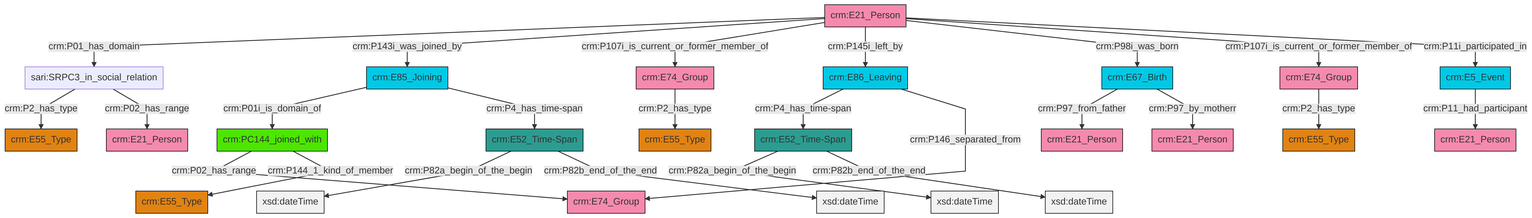
swiss-art-research-net/reference-data-models keeps this Mermaid diagram as et/personCSV/ttl/mmd/png/Person_Actor_Relations.png. Above is the earlier version. Its source is kept beside it as et/personCSV/ttl/mmd/Person_Actor_Relations.ttl.mmd.
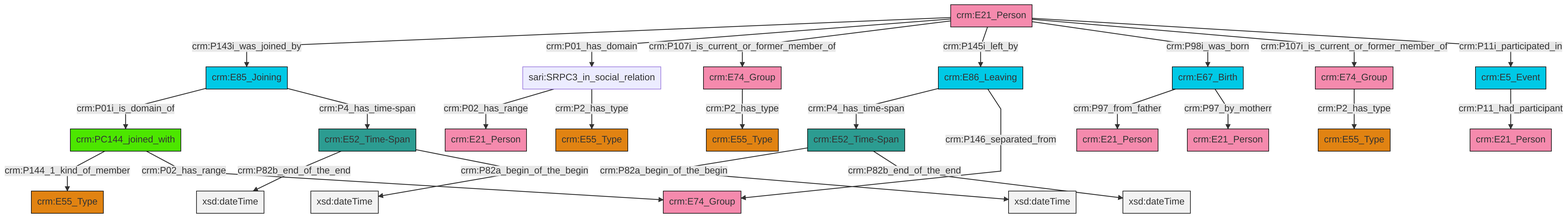
Above is the later version.

What changed in the source:
```diff
@@ -13,27 +13,27 @@
 classDef PC_Classes fill:#4ce600, stroke:#000000;
 classDef Multi fill:#cccccc,stroke:#000000;
 
-0["crm:E86_Leaving"]:::Temporal_Entity -->|crm:P4_has_time-span| 1["crm:E52_Time-Span"]:::Time-Span
-4["sari:SRPC3_in_social_relation"]:::Default -->|crm:P2_has_type| 5["crm:E55_Type"]:::Type
-6["crm:PC144_joined_with"]:::PC_Classes -->|crm:P02_has_range| 7["crm:E74_Group"]:::Actor
-12["crm:E85_Joining"]:::Temporal_Entity -->|crm:P01i_is_domain_of| 6["crm:PC144_joined_with"]:::PC_Classes
-13["crm:E21_Person"]:::Actor -->|crm:P01_has_domain| 4["sari:SRPC3_in_social_relation"]:::Default
-17["crm:E5_Event"]:::Temporal_Entity -->|crm:P11_had_participant| 18["crm:E21_Person"]:::Actor
-6["crm:PC144_joined_with"]:::PC_Classes -->|crm:P144_1_kind_of_member| 19["crm:E55_Type"]:::Type
-13["crm:E21_Person"]:::Actor -->|crm:P143i_was_joined_by| 12["crm:E85_Joining"]:::Temporal_Entity
-1["crm:E52_Time-Span"]:::Time-Span -->|crm:P82a_begin_of_the_begin| 22[xsd:dateTime]:::Literal
-13["crm:E21_Person"]:::Actor -->|crm:P107i_is_current_or_former_member_of| 23["crm:E74_Group"]:::Actor
-1["crm:E52_Time-Span"]:::Time-Span -->|crm:P82b_end_of_the_end| 24[xsd:dateTime]:::Literal
-26["crm:E67_Birth"]:::Temporal_Entity -->|crm:P97_from_father| 10["crm:E21_Person"]:::Actor
-26["crm:E67_Birth"]:::Temporal_Entity -->|crm:P97_by_motherr| 29["crm:E21_Person"]:::Actor
-13["crm:E21_Person"]:::Actor -->|crm:P145i_left_by| 0["crm:E86_Leaving"]:::Temporal_Entity
-12["crm:E85_Joining"]:::Temporal_Entity -->|crm:P4_has_time-span| 2["crm:E52_Time-Span"]:::Time-Span
-13["crm:E21_Person"]:::Actor -->|crm:P98i_was_born| 26["crm:E67_Birth"]:::Temporal_Entity
-2["crm:E52_Time-Span"]:::Time-Span -->|crm:P82a_begin_of_the_begin| 38[xsd:dateTime]:::Literal
-36["crm:E74_Group"]:::Actor -->|crm:P2_has_type| 14["crm:E55_Type"]:::Type
-0["crm:E86_Leaving"]:::Temporal_Entity -->|crm:P146_separated_from| 7["crm:E74_Group"]:::Actor
-4["sari:SRPC3_in_social_relation"]:::Default -->|crm:P02_has_range| 40["crm:E21_Person"]:::Actor
-2["crm:E52_Time-Span"]:::Time-Span -->|crm:P82b_end_of_the_end| 42[xsd:dateTime]:::Literal
-13["crm:E21_Person"]:::Actor -->|crm:P107i_is_current_or_former_member_of| 36["crm:E74_Group"]:::Actor
-13["crm:E21_Person"]:::Actor -->|crm:P11i_participated_in| 17["crm:E5_Event"]:::Temporal_Entity
-23["crm:E74_Group"]:::Actor -->|crm:P2_has_type| 20["crm:E55_Type"]:::Type
+8["crm:E21_Person"]:::Actor -->|crm:P143i_was_joined_by| 6["crm:E85_Joining"]:::Temporal_Entity
+9["sari:SRPC3_in_social_relation"]:::Default -->|crm:P02_has_range| 10["crm:E21_Person"]:::Actor
+8["crm:E21_Person"]:::Actor -->|crm:P01_has_domain| 9["sari:SRPC3_in_social_relation"]:::Default
+16["crm:E67_Birth"]:::Temporal_Entity -->|crm:P97_from_father| 21["crm:E21_Person"]:::Actor
+2["crm:PC144_joined_with"]:::PC_Classes -->|crm:P144_1_kind_of_member| 22["crm:E55_Type"]:::Type
+11["crm:E86_Leaving"]:::Temporal_Entity -->|crm:P4_has_time-span| 26["crm:E52_Time-Span"]:::Time-Span
+6["crm:E85_Joining"]:::Temporal_Entity -->|crm:P01i_is_domain_of| 2["crm:PC144_joined_with"]:::PC_Classes
+26["crm:E52_Time-Span"]:::Time-Span -->|crm:P82a_begin_of_the_begin| 29[xsd:dateTime]:::Literal
+32["crm:E74_Group"]:::Actor -->|crm:P2_has_type| 13["crm:E55_Type"]:::Type
+33["crm:E52_Time-Span"]:::Time-Span -->|crm:P82b_end_of_the_end| 34[xsd:dateTime]:::Literal
+26["crm:E52_Time-Span"]:::Time-Span -->|crm:P82b_end_of_the_end| 35[xsd:dateTime]:::Literal
+16["crm:E67_Birth"]:::Temporal_Entity -->|crm:P97_by_motherr| 23["crm:E21_Person"]:::Actor
+8["crm:E21_Person"]:::Actor -->|crm:P107i_is_current_or_former_member_of| 0["crm:E74_Group"]:::Actor
+8["crm:E21_Person"]:::Actor -->|crm:P145i_left_by| 11["crm:E86_Leaving"]:::Temporal_Entity
+8["crm:E21_Person"]:::Actor -->|crm:P98i_was_born| 16["crm:E67_Birth"]:::Temporal_Entity
+11["crm:E86_Leaving"]:::Temporal_Entity -->|crm:P146_separated_from| 27["crm:E74_Group"]:::Actor
+33["crm:E52_Time-Span"]:::Time-Span -->|crm:P82a_begin_of_the_begin| 41[xsd:dateTime]:::Literal
+6["crm:E85_Joining"]:::Temporal_Entity -->|crm:P4_has_time-span| 33["crm:E52_Time-Span"]:::Time-Span
+0["crm:E74_Group"]:::Actor -->|crm:P2_has_type| 4["crm:E55_Type"]:::Type
+8["crm:E21_Person"]:::Actor -->|crm:P107i_is_current_or_former_member_of| 32["crm:E74_Group"]:::Actor
+18["crm:E5_Event"]:::Temporal_Entity -->|crm:P11_had_participant| 39["crm:E21_Person"]:::Actor
+2["crm:PC144_joined_with"]:::PC_Classes -->|crm:P02_has_range| 27["crm:E74_Group"]:::Actor
+8["crm:E21_Person"]:::Actor -->|crm:P11i_participated_in| 18["crm:E5_Event"]:::Temporal_Entity
+9["sari:SRPC3_in_social_relation"]:::Default -->|crm:P2_has_type| 37["crm:E55_Type"]:::Type
```
